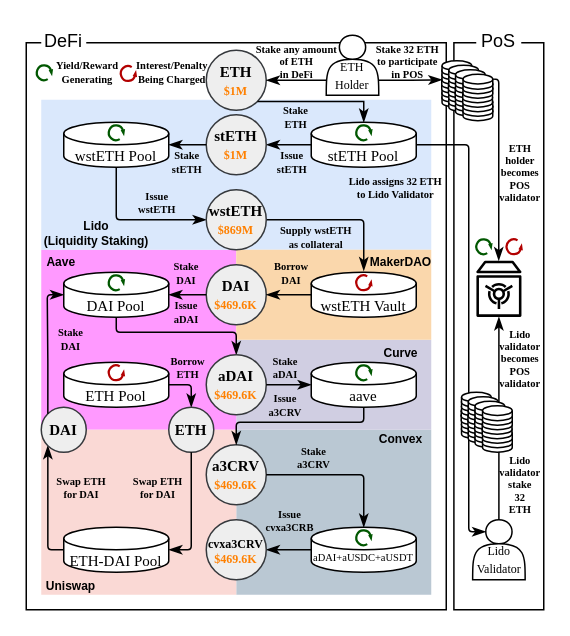
lyc0603/tvl-measurement keeps this draw.io diagram as diagrams/complexity.drawio. Above is the earlier version. Source tidied: cells renumbered, new cells numbered last; positions are measured from the earlier drawing's top-left corner, leaving out a move shared by most shapes. Both pictures are drawn from the tidied source at 150%, with x=0, y=0 at pixel (26, 26).
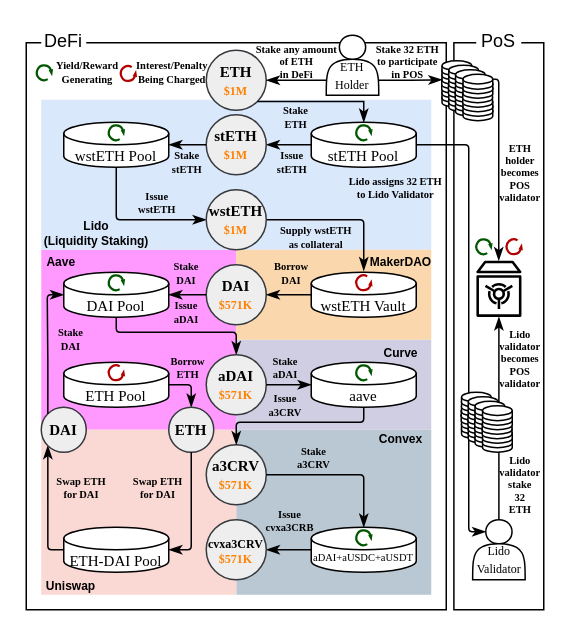
After the change.

Commit message (it also covers changes not shown here):
fix error in dollar amount in complexity

What changed in the source:
```diff
@@
-    <mxCell id="15" value="&lt;b&gt;wstETH&lt;br&gt;&lt;/b&gt;&lt;b style=&quot;border-color: var(--border-color);&quot;&gt;&lt;font color=&quot;#ff8000&quot; style=&quot;font-size: 8px;&quot;&gt;$869M&lt;/font&gt;&lt;/b&gt;&lt;b&gt;&lt;br&gt;&lt;/b&gt;" style="ellipse;whiteSpace=wrap;html=1;labelBackgroundColor=none;labelBorderColor=none;fillColor=#eeeeee;strokeColor=#36393d;fontSize=10;fontFamily=Times New Roman;rounded=0;" parent="1" vertex="1">
+    <mxCell id="15" value="&lt;b&gt;wstETH&lt;br&gt;&lt;/b&gt;&lt;b style=&quot;border-color: var(--border-color);&quot;&gt;&lt;font style=&quot;border-color: var(--border-color); font-size: 8px;&quot; color=&quot;#ff8000&quot;&gt;$1M&lt;/font&gt;&lt;/b&gt;&lt;b&gt;&lt;br&gt;&lt;/b&gt;" style="ellipse;whiteSpace=wrap;html=1;labelBackgroundColor=none;labelBorderColor=none;fillColor=#eeeeee;strokeColor=#36393d;fontSize=10;fontFamily=Times New Roman;rounded=0;" parent="1" vertex="1">
       <mxGeometry x="120" y="109" width="40" height="40" as="geometry" />
     </mxCell>
@@
-    <mxCell id="18" value="&lt;b&gt;DAI&lt;br&gt;&lt;font color=&quot;#ff8000&quot; style=&quot;font-size: 8px;&quot;&gt;$469.6K&lt;/font&gt;&lt;br&gt;&lt;/b&gt;" style="ellipse;whiteSpace=wrap;html=1;labelBackgroundColor=none;labelBorderColor=none;fillColor=#eeeeee;strokeColor=#36393d;fontSize=10;fontFamily=Times New Roman;rounded=0;" parent="1" vertex="1">
+    <mxCell id="18" value="&lt;b&gt;DAI&lt;br&gt;&lt;font color=&quot;#ff8000&quot; style=&quot;font-size: 8px;&quot;&gt;$571K&lt;/font&gt;&lt;br&gt;&lt;/b&gt;" style="ellipse;whiteSpace=wrap;html=1;labelBackgroundColor=none;labelBorderColor=none;fillColor=#eeeeee;strokeColor=#36393d;fontSize=10;fontFamily=Times New Roman;rounded=0;" parent="1" vertex="1">
       <mxGeometry x="120" y="159" width="40" height="40" as="geometry" />
     </mxCell>
@@
-    <mxCell id="25" value="&lt;b&gt;aDAI&lt;br&gt;&lt;/b&gt;&lt;b style=&quot;border-color: var(--border-color);&quot;&gt;&lt;font color=&quot;#ff8000&quot; style=&quot;font-size: 8px;&quot;&gt;$469.6K&lt;/font&gt;&lt;/b&gt;&lt;b&gt;&lt;br&gt;&lt;/b&gt;" style="ellipse;whiteSpace=wrap;html=1;labelBackgroundColor=none;labelBorderColor=none;fillColor=#eeeeee;strokeColor=#36393d;fontSize=10;fontFamily=Times New Roman;rounded=0;" parent="1" vertex="1">
+    <mxCell id="25" value="&lt;b&gt;aDAI&lt;br&gt;&lt;/b&gt;&lt;b style=&quot;border-color: var(--border-color);&quot;&gt;&lt;font color=&quot;#ff8000&quot; style=&quot;font-size: 8px;&quot;&gt;$&lt;/font&gt;&lt;/b&gt;&lt;b style=&quot;border-color: var(--border-color);&quot;&gt;&lt;font style=&quot;border-color: var(--border-color); font-size: 8px;&quot; color=&quot;#ff8000&quot;&gt;571K&lt;/font&gt;&lt;/b&gt;&lt;b&gt;&lt;br&gt;&lt;/b&gt;" style="ellipse;whiteSpace=wrap;html=1;labelBackgroundColor=none;labelBorderColor=none;fillColor=#eeeeee;strokeColor=#36393d;fontSize=10;fontFamily=Times New Roman;rounded=0;" parent="1" vertex="1">
       <mxGeometry x="120" y="219" width="40" height="40" as="geometry" />
     </mxCell>
@@
-    <mxCell id="38" value="&lt;b&gt;a3CRV&lt;br&gt;&lt;/b&gt;&lt;b style=&quot;border-color: var(--border-color);&quot;&gt;&lt;font color=&quot;#ff8000&quot; style=&quot;font-size: 8px;&quot;&gt;$469.6K&lt;/font&gt;&lt;/b&gt;&lt;b&gt;&lt;br&gt;&lt;/b&gt;" style="ellipse;whiteSpace=wrap;html=1;labelBackgroundColor=none;labelBorderColor=none;fillColor=#eeeeee;strokeColor=#36393d;fontSize=10;fontFamily=Times New Roman;rounded=0;" parent="1" vertex="1">
+    <mxCell id="38" value="&lt;b&gt;a3CRV&lt;br&gt;&lt;/b&gt;&lt;b style=&quot;border-color: var(--border-color);&quot;&gt;&lt;font color=&quot;#ff8000&quot; style=&quot;font-size: 8px;&quot;&gt;$&lt;/font&gt;&lt;/b&gt;&lt;b style=&quot;border-color: var(--border-color);&quot;&gt;&lt;font style=&quot;border-color: var(--border-color); font-size: 8px;&quot; color=&quot;#ff8000&quot;&gt;571K&lt;/font&gt;&lt;/b&gt;&lt;b&gt;&lt;br&gt;&lt;/b&gt;" style="ellipse;whiteSpace=wrap;html=1;labelBackgroundColor=none;labelBorderColor=none;fillColor=#eeeeee;strokeColor=#36393d;fontSize=10;fontFamily=Times New Roman;rounded=0;" parent="1" vertex="1">
       <mxGeometry x="120" y="279" width="40" height="40" as="geometry" />
     </mxCell>
@@
-    <mxCell id="43" value="&lt;p style=&quot;line-height: 90%;&quot;&gt;&lt;font style=&quot;font-size: 8px;&quot;&gt;cvxa3CRV&lt;br&gt;&lt;b style=&quot;border-color: var(--border-color);&quot;&gt;&lt;font color=&quot;#ff8000&quot;&gt;$469.6K&lt;/font&gt;&lt;/b&gt;&lt;/font&gt;&lt;span style=&quot;font-size: 8px;&quot;&gt;&lt;br&gt;&lt;/span&gt;&lt;/p&gt;" style="ellipse;whiteSpace=wrap;html=1;labelBackgroundColor=none;labelBorderColor=none;fillColor=#eeeeee;strokeColor=#36393d;fontSize=10;fontFamily=Times New Roman;rounded=0;fontStyle=1;" parent="1" vertex="1">
+    <mxCell id="43" value="&lt;p style=&quot;line-height: 90%;&quot;&gt;&lt;font style=&quot;font-size: 8px;&quot;&gt;cvxa3CRV&lt;br&gt;&lt;b style=&quot;border-color: var(--border-color);&quot;&gt;&lt;font color=&quot;#ff8000&quot;&gt;$571K&lt;/font&gt;&lt;/b&gt;&lt;/font&gt;&lt;span style=&quot;font-size: 8px;&quot;&gt;&lt;br&gt;&lt;/span&gt;&lt;/p&gt;" style="ellipse;whiteSpace=wrap;html=1;labelBackgroundColor=none;labelBorderColor=none;fillColor=#eeeeee;strokeColor=#36393d;fontSize=10;fontFamily=Times New Roman;rounded=0;fontStyle=1;" parent="1" vertex="1">
       <mxGeometry x="120" y="329" width="40" height="40" as="geometry" />
     </mxCell>
```
